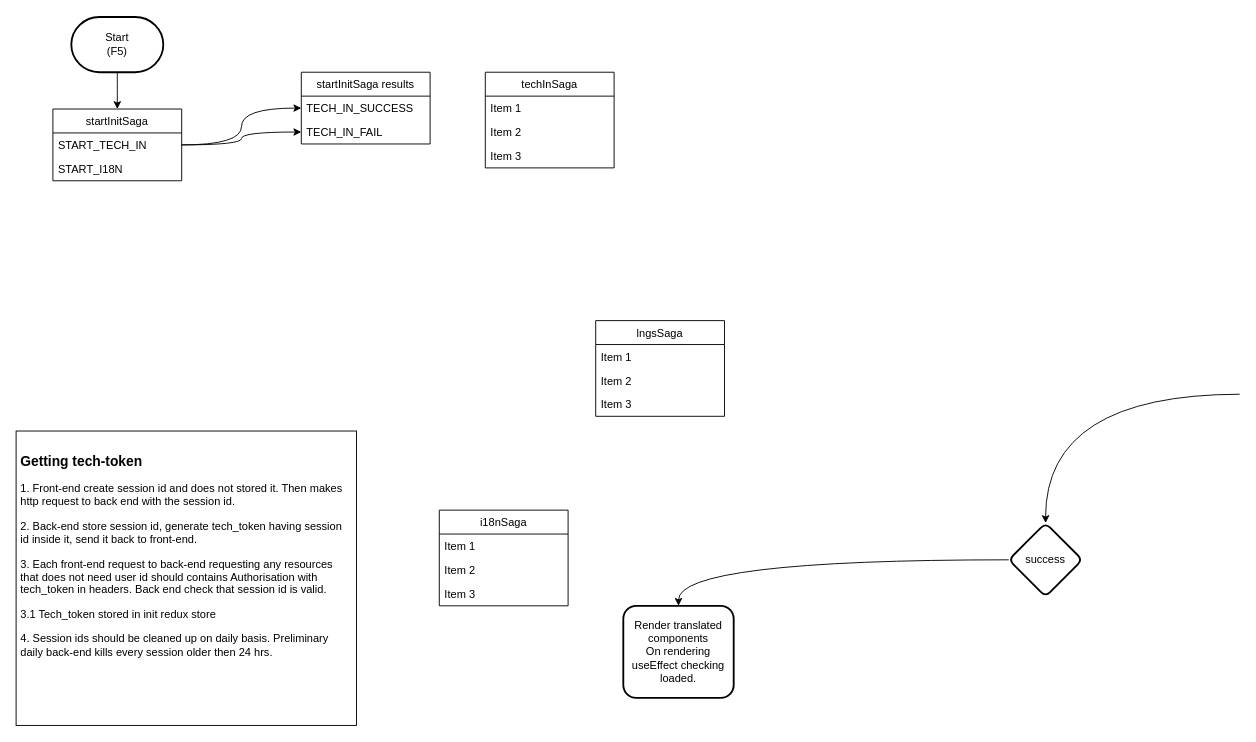
The draw.io diagram page "tech init" (4 of 11) of market-coffee.drawio in Sergey190309/220415-market-caffee, before the edit. Source tidied: cells renumbered, new cells numbered last; positions are measured from the earlier drawing's top-left corner, leaving out a move shared by most shapes. Both pictures are drawn from the tidied source at 92%, with x=0, y=0 at pixel (16, 17).
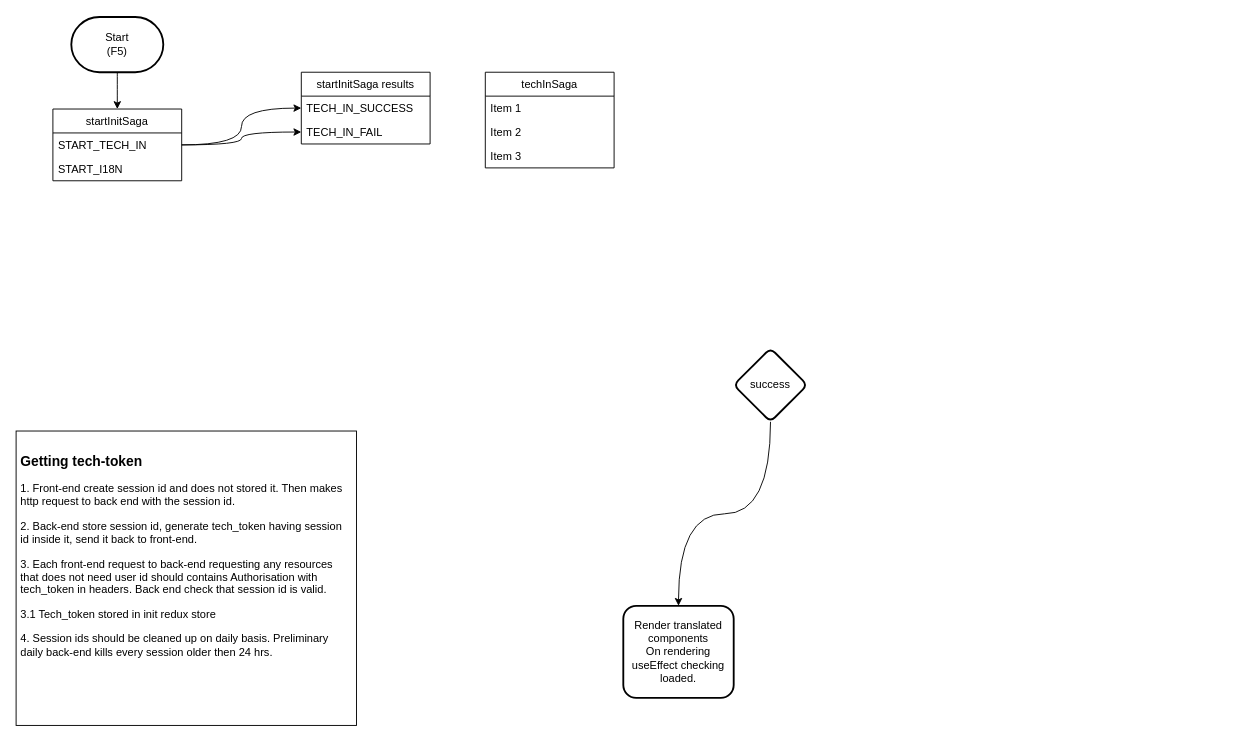
Above is the later version.

Diff of the diagram source:
```diff
@@
-    <mxCell id="4" style="edgeStyle=orthogonalEdgeStyle;rounded=0;jettySize=auto;html=1;curved=1;" parent="1" edge="1" target="6">
-      <mxGeometry relative="1" as="geometry">
-        <mxPoint x="1330" y="410" as="sourcePoint" />
-      </mxGeometry>
-    </mxCell>
@@
     <mxCell id="6" value="success" style="rhombus;whiteSpace=wrap;html=1;rounded=1;strokeWidth=2;arcSize=14;" parent="1" vertex="1">
-      <mxGeometry x="1079" y="550" width="80" height="80" as="geometry" />
+      <mxGeometry x="780" y="360" width="80" height="80" as="geometry" />
     </mxCell>
@@
-    <mxCell id="8" value="lngsSaga" style="swimlane;fontStyle=0;horizontal=1;startSize=26;fillColor=none;" parent="1" vertex="1">
-      <mxGeometry x="630" y="330" width="140" height="104" as="geometry" />
-    </mxCell>
-    <mxCell id="9" value="Item 1" style="text;strokeColor=none;fillColor=none;align=left;verticalAlign=top;spacingLeft=4;spacingRight=4;overflow=hidden;" parent="8" vertex="1">
-      <mxGeometry y="26" width="140" height="26" as="geometry" />
-    </mxCell>
-    <mxCell id="10" value="Item 2" style="text;strokeColor=none;fillColor=none;align=left;verticalAlign=top;spacingLeft=4;spacingRight=4;overflow=hidden;" parent="8" vertex="1">
-      <mxGeometry y="52" width="140" height="26" as="geometry" />
-    </mxCell>
-    <mxCell id="11" value="Item 3" style="text;strokeColor=none;fillColor=none;align=left;verticalAlign=top;spacingLeft=4;spacingRight=4;overflow=hidden;" parent="8" vertex="1">
-      <mxGeometry y="78" width="140" height="26" as="geometry" />
-    </mxCell>
-    <mxCell id="12" value="i18nSaga" style="swimlane;fontStyle=0;horizontal=1;startSize=26;fillColor=none;" parent="1" vertex="1">
-      <mxGeometry x="460" y="536" width="140" height="104" as="geometry" />
-    </mxCell>
-    <mxCell id="13" value="Item 1" style="text;strokeColor=none;fillColor=none;align=left;verticalAlign=top;spacingLeft=4;spacingRight=4;overflow=hidden;" parent="12" vertex="1">
-      <mxGeometry y="26" width="140" height="26" as="geometry" />
-    </mxCell>
-    <mxCell id="14" value="Item 2" style="text;strokeColor=none;fillColor=none;align=left;verticalAlign=top;spacingLeft=4;spacingRight=4;overflow=hidden;" parent="12" vertex="1">
-      <mxGeometry y="52" width="140" height="26" as="geometry" />
-    </mxCell>
-    <mxCell id="15" value="Item 3" style="text;strokeColor=none;fillColor=none;align=left;verticalAlign=top;spacingLeft=4;spacingRight=4;overflow=hidden;" parent="12" vertex="1">
-      <mxGeometry y="78" width="140" height="26" as="geometry" />
-    </mxCell>
```
